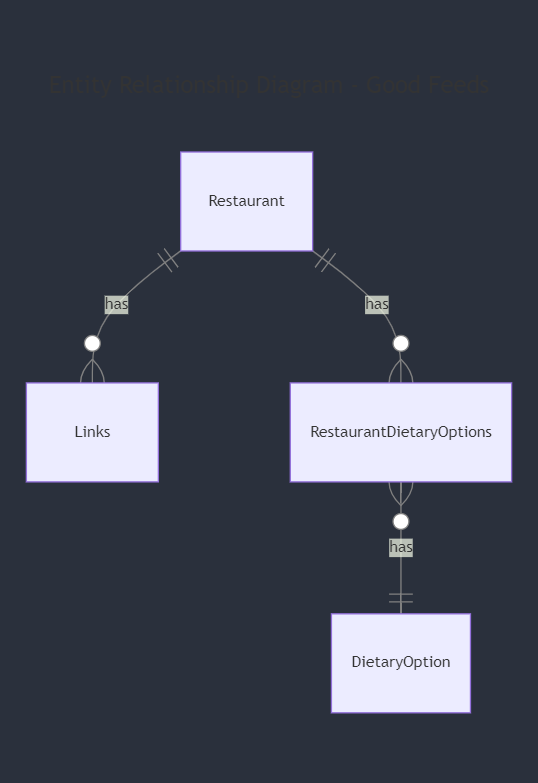
Before: doc/diagrams/entity-relationship-diagram.png, a diagram exported from Mermaid (PakkuDon/good-feeds). Its source is kept beside it as doc/diagrams/entity-relationship-diagram.mmd.
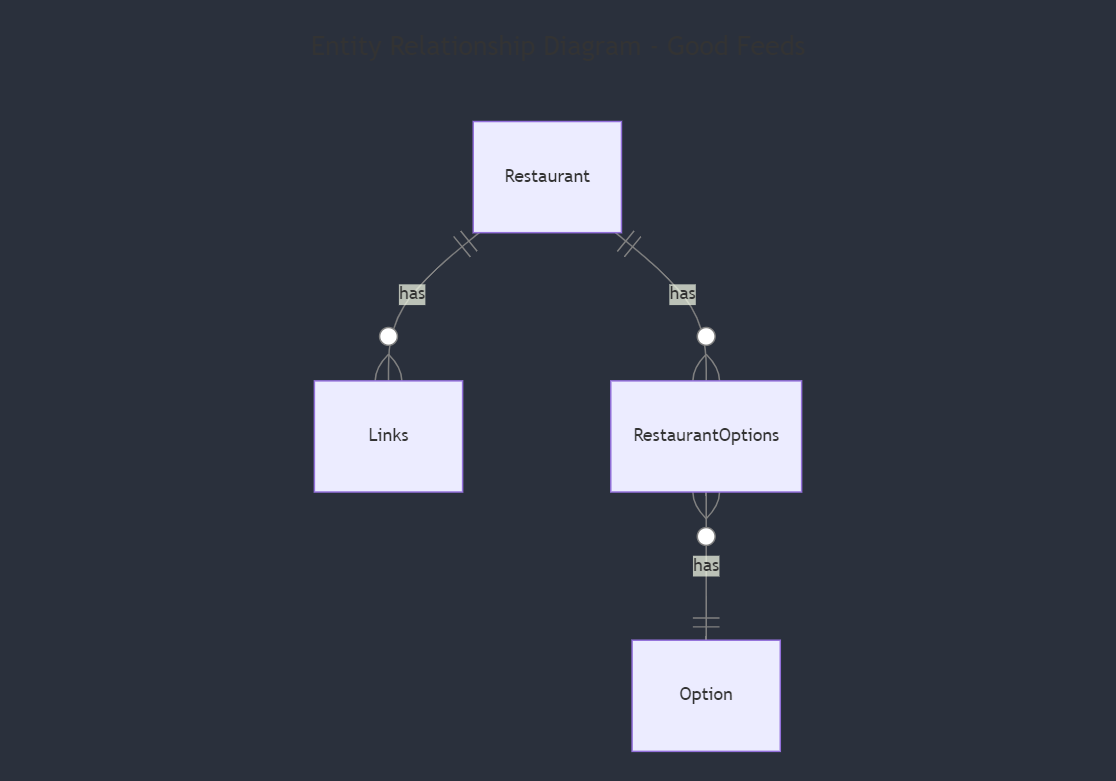
The same diagram one commit later.

Commit message:
Update entity-relationship diagram

What changed in the source:
```diff
@@ -3,5 +3,5 @@
 ---
 erDiagram
     Restaurant ||--o{ Links : has
-    Restaurant ||--o{ RestaurantDietaryOptions : has
-    RestaurantDietaryOptions }o--|| DietaryOption : has
+    Restaurant ||--o{ RestaurantOptions : has
+    RestaurantOptions }o--|| Option : has
```
